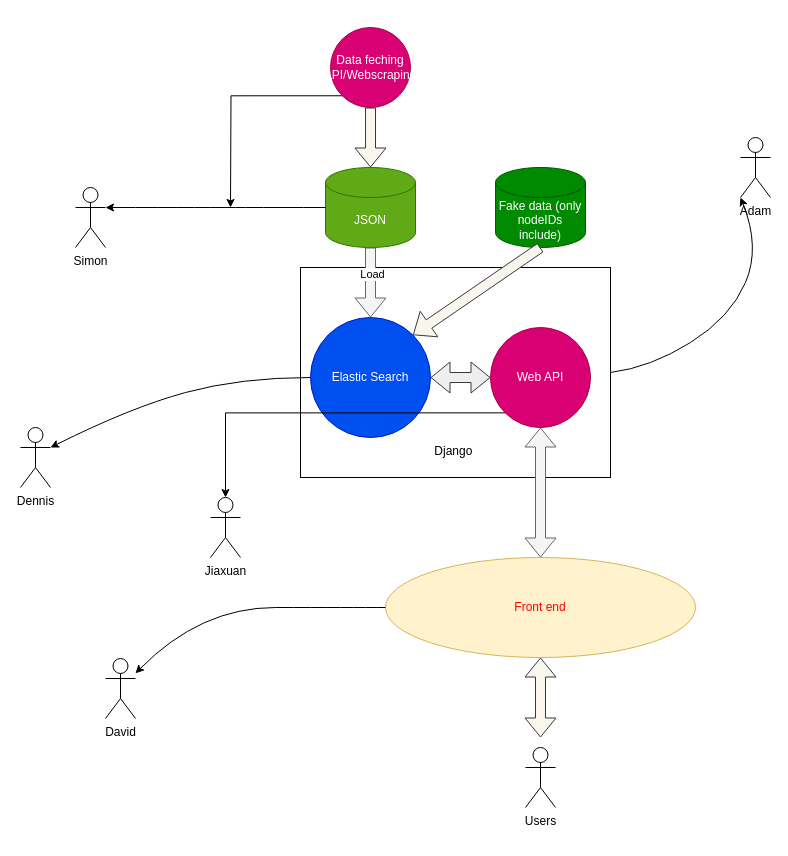
Before: infiniCite.drawio in Wang-Zhongwei/infiniCite, a draw.io diagram. Source tidied: cells renumbered, new cells numbered last; positions are measured from the earlier drawing's top-left corner, leaving out a move shared by most shapes. Both pictures are drawn from the tidied source at 100%, with x=0, y=0 at pixel (20, 27).
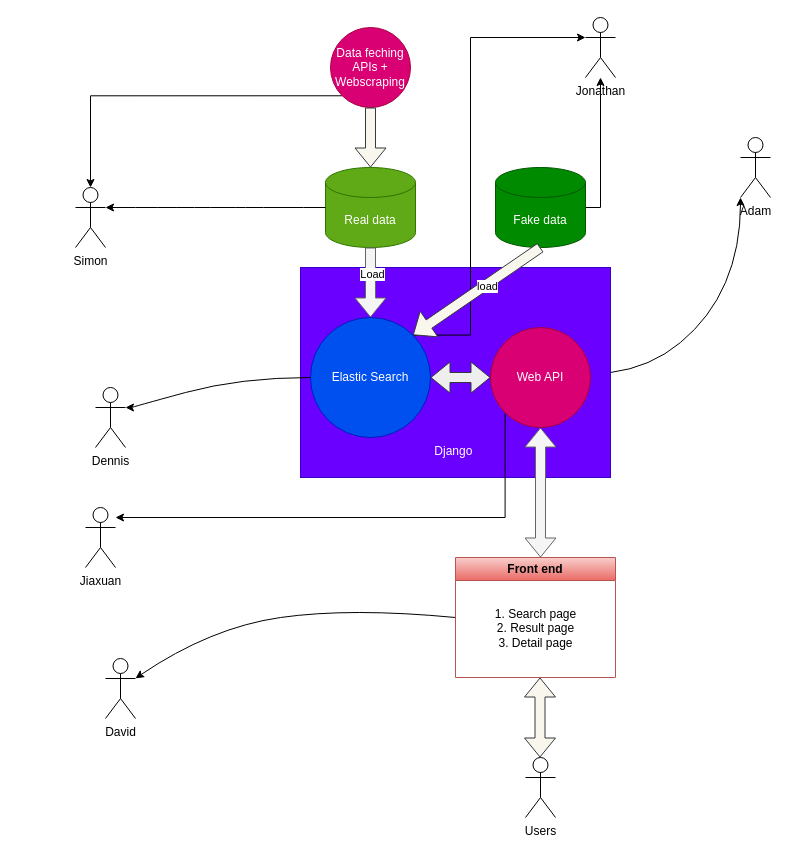
Above is the later version.

Unchanged cells that the change refers to:
```xml
<mxCell id="3" value="Elastic Search" style="ellipse;whiteSpace=wrap;html=1;fillColor=#0050ef;fontColor=#ffffff;strokeColor=#001DBC;" parent="1" vertex="1">
  <mxGeometry x="290" y="290" width="120" height="120" as="geometry" />
</mxCell>
<mxCell id="5" value="Web API" style="ellipse;whiteSpace=wrap;html=1;fillColor=#d80073;fontColor=#ffffff;strokeColor=#A50040;" parent="1" vertex="1">
  <mxGeometry x="470" y="300" width="100" height="100" as="geometry" />
</mxCell>
<mxCell id="15" value="David" style="shape=umlActor;verticalLabelPosition=bottom;verticalAlign=top;html=1;outlineConnect=0;" parent="1" vertex="1">
  <mxGeometry x="85" y="631" width="30" height="60" as="geometry" />
</mxCell>
<mxCell id="19" value="Simon" style="shape=umlActor;verticalLabelPosition=bottom;verticalAlign=top;html=1;outlineConnect=0;" parent="1" vertex="1">
  <mxGeometry x="55" y="160" width="30" height="60" as="geometry" />
</mxCell>
<mxCell id="24" value="Adam" style="shape=umlActor;verticalLabelPosition=bottom;verticalAlign=top;html=1;outlineConnect=0;" parent="1" vertex="1">
  <mxGeometry x="720" y="110" width="30" height="60" as="geometry" />
</mxCell>
<mxCell id="27" style="shape=flexArrow;endArrow=classic;html=1;rounded=0;exitX=0.5;exitY=1;exitDx=0;exitDy=0;exitPerimeter=0;entryX=1;entryY=0;entryDx=0;entryDy=0;fillColor=#f9f7ed;strokeColor=#36393d;" parent="1" edge="1" source="26" target="3">
  <mxGeometry relative="1" as="geometry" />
</mxCell>
```

What changed in the source:
```diff
@@
-    <mxCell id="2" value="&lt;br&gt;&lt;br&gt;&lt;br&gt;&lt;br&gt;&lt;br&gt;&lt;br&gt;&lt;br&gt;&lt;br&gt;&lt;br&gt;&lt;br&gt;&lt;br&gt;Django&amp;nbsp;" style="rounded=0;whiteSpace=wrap;html=1;" parent="1" vertex="1">
+    <mxCell id="2" value="&lt;br&gt;&lt;br&gt;&lt;br&gt;&lt;br&gt;&lt;br&gt;&lt;br&gt;&lt;br&gt;&lt;br&gt;&lt;br&gt;&lt;br&gt;&lt;br&gt;Django&amp;nbsp;" style="rounded=0;whiteSpace=wrap;html=1;fillColor=#6a00ff;strokeColor=#3700CC;fontColor=#ffffff;" parent="1" vertex="1">
       <mxGeometry x="280" y="240" width="310" height="210" as="geometry" />
     </mxCell>
+    <mxCell id="28" style="edgeStyle=orthogonalEdgeStyle;rounded=0;jettySize=auto;html=1;exitX=1;exitY=0;exitDx=0;exitDy=0;" parent="1" edge="1" source="3" target="31">
+      <mxGeometry relative="1" as="geometry">
+        <Array as="points">
+          <mxPoint x="450" y="308" />
+          <mxPoint x="450" y="10" />
+          <mxPoint x="580" y="10" />
+        </Array>
+      </mxGeometry>
+    </mxCell>
@@
     <mxCell id="4" style="edgeStyle=orthogonalEdgeStyle;rounded=0;jettySize=auto;html=1;exitX=0;exitY=1;exitDx=0;exitDy=0;" parent="1" edge="1" source="5" target="25">
-      <mxGeometry relative="1" as="geometry" />
+      <mxGeometry relative="1" as="geometry">
+        <Array as="points">
+          <mxPoint x="485" y="490" />
+        </Array>
+      </mxGeometry>
     </mxCell>
@@
-    <mxCell id="7" value="JSON" style="shape=cylinder3;whiteSpace=wrap;html=1;boundedLbl=1;backgroundOutline=1;size=15;fillColor=#60a917;fontColor=#ffffff;strokeColor=#2D7600;" parent="1" vertex="1">
+    <mxCell id="7" value="Real data" style="shape=cylinder3;whiteSpace=wrap;html=1;boundedLbl=1;backgroundOutline=1;size=15;fillColor=#60a917;fontColor=#ffffff;strokeColor=#2D7600;" parent="1" vertex="1">
       <mxGeometry x="305" y="140" width="90" height="80" as="geometry" />
     </mxCell>
@@
     <mxCell id="11" value="Dennis" style="shape=umlActor;verticalLabelPosition=bottom;verticalAlign=top;html=1;outlineConnect=0;" parent="1" vertex="1">
-      <mxGeometry y="400" width="30" height="60" as="geometry" />
+      <mxGeometry x="75" y="360" width="30" height="60" as="geometry" />
     </mxCell>
-    <mxCell id="12" value="&lt;font color=&quot;#ff0000&quot;&gt;Front end&lt;/font&gt;" style="ellipse;whiteSpace=wrap;html=1;fillColor=#fff2cc;strokeColor=#d6b656;" parent="1" vertex="1">
-      <mxGeometry x="365" y="530" width="310" height="100" as="geometry" />
-    </mxCell>
-    <mxCell id="13" style="shape=flexArrow;endArrow=classic;startArrow=classic;html=1;rounded=0;entryX=0.5;entryY=1;entryDx=0;entryDy=0;exitX=0.5;exitY=0;exitDx=0;exitDy=0;fillColor=#f5f5f5;strokeColor=#666666;" parent="1" edge="1" source="12" target="5">
-      <mxGeometry relative="1" as="geometry" />
+    <mxCell id="13" style="shape=flexArrow;endArrow=classic;startArrow=classic;html=1;rounded=0;entryX=0.5;entryY=1;entryDx=0;entryDy=0;exitX=0.5;exitY=0;exitDx=0;exitDy=0;fillColor=#f5f5f5;strokeColor=#666666;" parent="1" edge="1" target="5">
+      <mxGeometry relative="1" as="geometry">
+        <mxPoint x="520" y="530" as="sourcePoint" />
+      </mxGeometry>
     </mxCell>
     <mxCell id="14" style="curved=1;endArrow=classic;html=1;rounded=0;exitX=0;exitY=0.5;exitDx=0;exitDy=0;" parent="1" edge="1" source="12" target="15">
       <mxGeometry relative="1" as="geometry">
         <Array as="points">
           <mxPoint x="330" y="580" />
-          <mxPoint x="180" y="580" />
+          <mxPoint x="190" y="600" />
         </Array>
       </mxGeometry>
     </mxCell>
@@
-    <mxCell id="16" style="edgeStyle=orthogonalEdgeStyle;rounded=0;jettySize=auto;html=1;exitX=0;exitY=1;exitDx=0;exitDy=0;" parent="1" edge="1" source="17">
+    <mxCell id="16" style="edgeStyle=orthogonalEdgeStyle;rounded=0;jettySize=auto;html=1;exitX=0;exitY=1;exitDx=0;exitDy=0;entryX=0.5;entryY=0;entryDx=0;entryDy=0;entryPerimeter=0;" parent="1" edge="1" source="17" target="19">
       <mxGeometry relative="1" as="geometry">
-        <mxPoint x="210" y="180" as="targetPoint" />
+        <Array as="points">
+          <mxPoint x="70" y="68" />
+        </Array>
       </mxGeometry>
     </mxCell>
-    <mxCell id="17" value="Data feching API/Webscraping" style="ellipse;whiteSpace=wrap;html=1;fillColor=#d80073;fontColor=#ffffff;strokeColor=#A50040;" parent="1" vertex="1">
+    <mxCell id="17" value="Data feching APIs + Webscraping" style="ellipse;whiteSpace=wrap;html=1;fillColor=#d80073;fontColor=#ffffff;strokeColor=#A50040;" parent="1" vertex="1">
       <mxGeometry x="310" width="80" height="80" as="geometry" />
     </mxCell>
@@
-    <mxCell id="21" style="shape=flexArrow;endArrow=classic;startArrow=classic;html=1;rounded=0;entryX=0.5;entryY=1;entryDx=0;entryDy=0;fillColor=#f9f7ed;strokeColor=#36393d;" parent="1" edge="1" target="12">
+    <mxCell id="21" style="shape=flexArrow;endArrow=classic;startArrow=classic;html=1;rounded=0;entryX=0.5;entryY=1;entryDx=0;entryDy=0;fillColor=#f9f7ed;strokeColor=#36393d;" parent="1" edge="1">
       <mxGeometry relative="1" as="geometry">
-        <mxPoint x="520" y="710" as="sourcePoint" />
+        <mxPoint x="519.5" y="730" as="sourcePoint" />
+        <mxPoint x="519.5" y="650" as="targetPoint" />
       </mxGeometry>
     </mxCell>
     <mxCell id="22" value="Users" style="shape=umlActor;verticalLabelPosition=bottom;verticalAlign=top;html=1;" parent="1" vertex="1">
-      <mxGeometry x="505" y="720" width="30" height="60" as="geometry" />
+      <mxGeometry x="505" y="730" width="30" height="60" as="geometry" />
     </mxCell>
     <mxCell id="23" style="curved=1;endArrow=classic;html=1;rounded=0;exitX=1;exitY=0.5;exitDx=0;exitDy=0;entryX=0;entryY=1;entryDx=0;entryDy=0;entryPerimeter=0;" parent="1" edge="1" source="2" target="24">
       <mxGeometry relative="1" as="geometry">
         <Array as="points">
           <mxPoint x="630" y="340" />
-          <mxPoint x="710" y="290" />
-          <mxPoint x="740" y="220" />
+          <mxPoint x="690" y="290" />
+          <mxPoint x="720" y="220" />
         </Array>
       </mxGeometry>
     </mxCell>
@@
     <mxCell id="25" value="Jiaxuan" style="shape=umlActor;verticalLabelPosition=bottom;verticalAlign=top;html=1;outlineConnect=0;" parent="1" vertex="1">
-      <mxGeometry x="190" y="470" width="30" height="60" as="geometry" />
+      <mxGeometry x="65" y="480" width="30" height="60" as="geometry" />
     </mxCell>
+    <mxCell id="29" style="edgeStyle=orthogonalEdgeStyle;rounded=0;jettySize=auto;html=1;exitX=1;exitY=0.5;exitDx=0;exitDy=0;exitPerimeter=0;" parent="1" edge="1" source="26" target="31">
+      <mxGeometry relative="1" as="geometry">
+        <Array as="points">
+          <mxPoint x="580" y="180" />
+        </Array>
+      </mxGeometry>
+    </mxCell>
-    <mxCell id="26" value="Fake data (only nodeIDs include)" style="shape=cylinder3;whiteSpace=wrap;html=1;boundedLbl=1;backgroundOutline=1;size=15;fillColor=#008a00;strokeColor=#005700;fontColor=#ffffff;" parent="1" vertex="1">
+    <mxCell id="26" value="Fake data" style="shape=cylinder3;whiteSpace=wrap;html=1;boundedLbl=1;backgroundOutline=1;size=15;fillColor=#008a00;strokeColor=#005700;fontColor=#ffffff;" parent="1" vertex="1">
       <mxGeometry x="475" y="140" width="90" height="80" as="geometry" />
     </mxCell>
@@
+    <mxCell id="30" value="load" style="edgeLabel;html=1;align=center;verticalAlign=middle;" parent="27" vertex="1">
+      <mxGeometry x="-0.15" y="1" relative="1" as="geometry" />
+    </mxCell>
+    <mxCell id="31" value="Jonathan" style="shape=umlActor;verticalLabelPosition=bottom;verticalAlign=top;html=1;outlineConnect=0;fillColor=none;" parent="1" vertex="1">
+      <mxGeometry x="565" y="-10" width="30" height="60" as="geometry" />
+    </mxCell>
+    <mxCell id="12" value="Front end" style="swimlane;whiteSpace=wrap;html=1;fillColor=#f8cecc;strokeColor=#b85450;gradientColor=#ea6b66;" parent="1" vertex="1">
+      <mxGeometry x="435" y="530" width="160" height="120" as="geometry" />
+    </mxCell>
+    <mxCell id="32" value="1. Search page&lt;br&gt;2. Result page&lt;br&gt;3. Detail page" style="text;html=1;align=center;verticalAlign=middle;strokeColor=none;fillColor=none;" parent="12" vertex="1">
+      <mxGeometry x="30" y="41" width="100" height="60" as="geometry" />
+    </mxCell>
```
